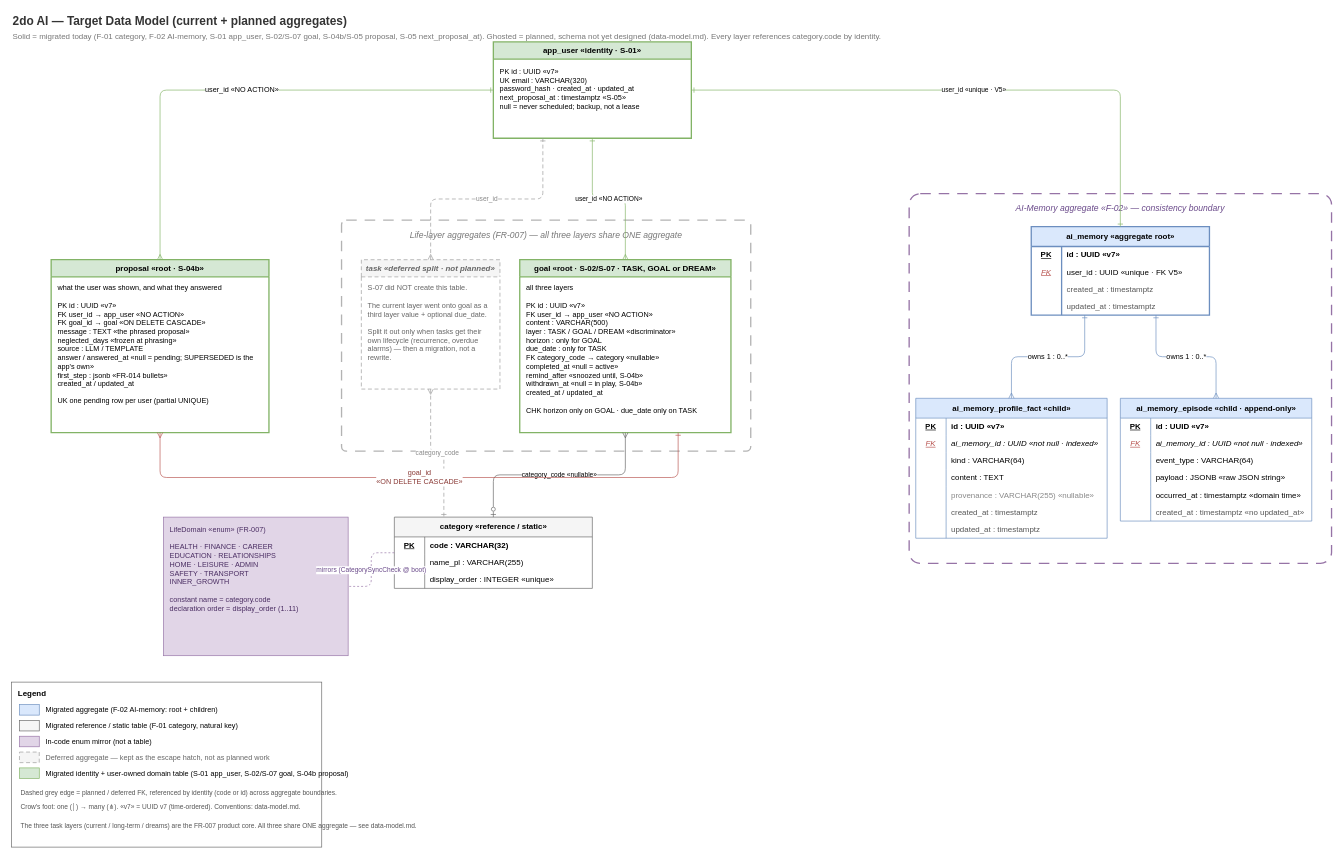
The draw.io diagram context/foundation/data-model-target.drawio in TheDariusz/2doai, before the edit. Source tidied: cells renumbered, new cells numbered last; positions are measured from the earlier drawing's top-left corner, leaving out a move shared by most shapes. Both pictures are drawn from the tidied source at 66%, with x=0, y=0 at pixel (11, 11).
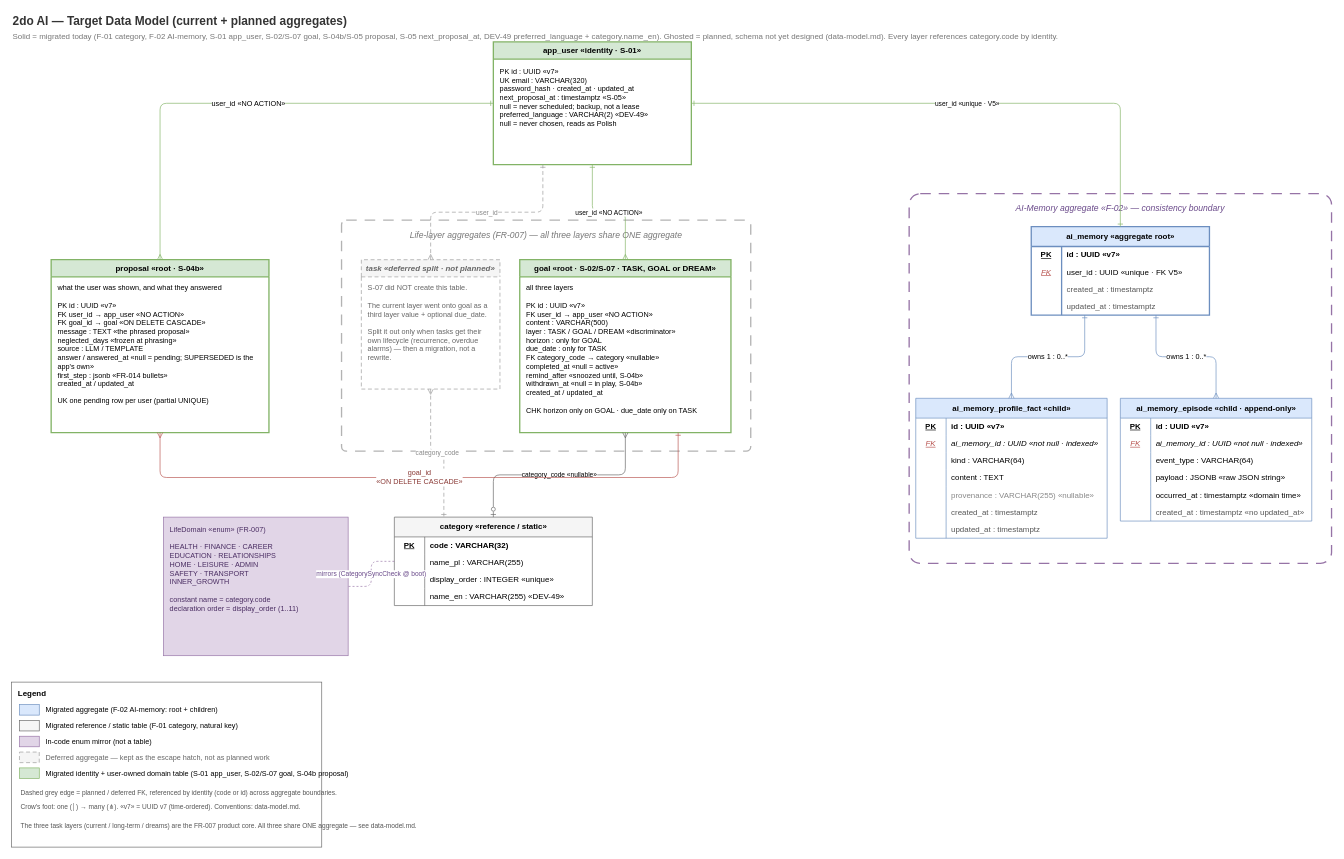
The same page after the edit.

What changed in the source:
```diff
@@
-    <mxCell id="3" value="Solid = migrated today (F-01 category, F-02 AI-memory, S-01 app_user, S-02/S-07 goal, S-04b/S-05 proposal, S-05 next_proposal_at).   Ghosted = planned, schema not yet designed (data-model.md).   Every layer references category.code by identity." style="text;html=1;align=left;verticalAlign=middle;fontSize=12;fontColor=#777777;" parent="1" vertex="1">
+    <mxCell id="3" value="Solid = migrated today (F-01 category, F-02 AI-memory, S-01 app_user, S-02/S-07 goal, S-04b/S-05 proposal, S-05 next_proposal_at, DEV-49 preferred_language + category.name_en).   Ghosted = planned, schema not yet designed (data-model.md).   Every layer references category.code by identity." style="text;html=1;align=left;verticalAlign=middle;fontSize=12;fontColor=#777777;" parent="1" vertex="1">
       <mxGeometry y="28" width="1200" height="20" as="geometry" />
     </mxCell>
@@
     <mxCell id="6" value="app_user  «identity · S-01»" style="swimlane;startSize=26;html=1;fillColor=#d5e8d4;strokeColor=#82b366;strokeWidth=2;fontStyle=1;align=center;whiteSpace=wrap;" parent="1" vertex="1">
-      <mxGeometry x="730" y="46" width="300" height="146" as="geometry" />
+      <mxGeometry x="730" y="46" width="300" height="186" as="geometry" />
     </mxCell>
-    <mxCell id="7" value="PK   id : UUID «v7»&#10;UK   email : VARCHAR(320)&#10;         password_hash · created_at · updated_at&#10;         next_proposal_at : timestamptz  «S-05»&#10;         null = never scheduled; backup, not a lease" style="text;html=1;align=left;verticalAlign=top;spacingLeft=8;spacingTop=6;fontSize=11;whiteSpace=wrap;" parent="6" vertex="1">
-      <mxGeometry y="26" width="300" height="120" as="geometry" />
+    <mxCell id="7" value="PK   id : UUID «v7»&#10;UK   email : VARCHAR(320)&#10;         password_hash · created_at · updated_at&#10;         next_proposal_at : timestamptz  «S-05»&#10;         null = never scheduled; backup, not a lease&#10;         preferred_language : VARCHAR(2)  «DEV-49»&#10;         null = never chosen, reads as Polish" style="text;html=1;align=left;verticalAlign=top;spacingLeft=8;spacingTop=6;fontSize=11;whiteSpace=wrap;" parent="6" vertex="1">
+      <mxGeometry y="26" width="300" height="160" as="geometry" />
     </mxCell>
     <mxCell id="8" value="category  «reference / static»" style="shape=table;startSize=30;childLayout=tableLayout;rowLines=0;fontStyle=1;align=center;strokeColor=#666666;fillColor=#f5f5f5;html=1;" parent="1" vertex="1">
-      <mxGeometry x="580" y="766" width="300" height="108" as="geometry" />
+      <mxGeometry x="580" y="766" width="300" height="134" as="geometry" />
     </mxCell>
@@
+    <mxCell id="103" style="shape=tableRow;horizontal=0;startSize=0;swimlaneHead=0;swimlaneBody=0;strokeColor=inherit;top=0;left=0;right=0;bottom=0;fillColor=none;fontSize=12;" parent="8" vertex="1">
+      <mxGeometry y="108" width="300" height="26" as="geometry" />
+    </mxCell>
+    <mxCell id="104" style="shape=partialRectangle;html=1;whiteSpace=wrap;strokeColor=inherit;overflow=hidden;fillColor=none;top=0;left=0;bottom=0;right=0;" parent="103" vertex="1">
+      <mxGeometry width="46" height="26" as="geometry" />
+    </mxCell>
+    <mxCell id="105" value="name_en : VARCHAR(255)  «DEV-49»" style="shape=partialRectangle;html=1;whiteSpace=wrap;strokeColor=inherit;overflow=hidden;fillColor=none;top=0;left=0;bottom=0;right=0;align=left;spacingLeft=6;" parent="103" vertex="1">
+      <mxGeometry x="46" width="254" height="26" as="geometry" />
+    </mxCell>
```
